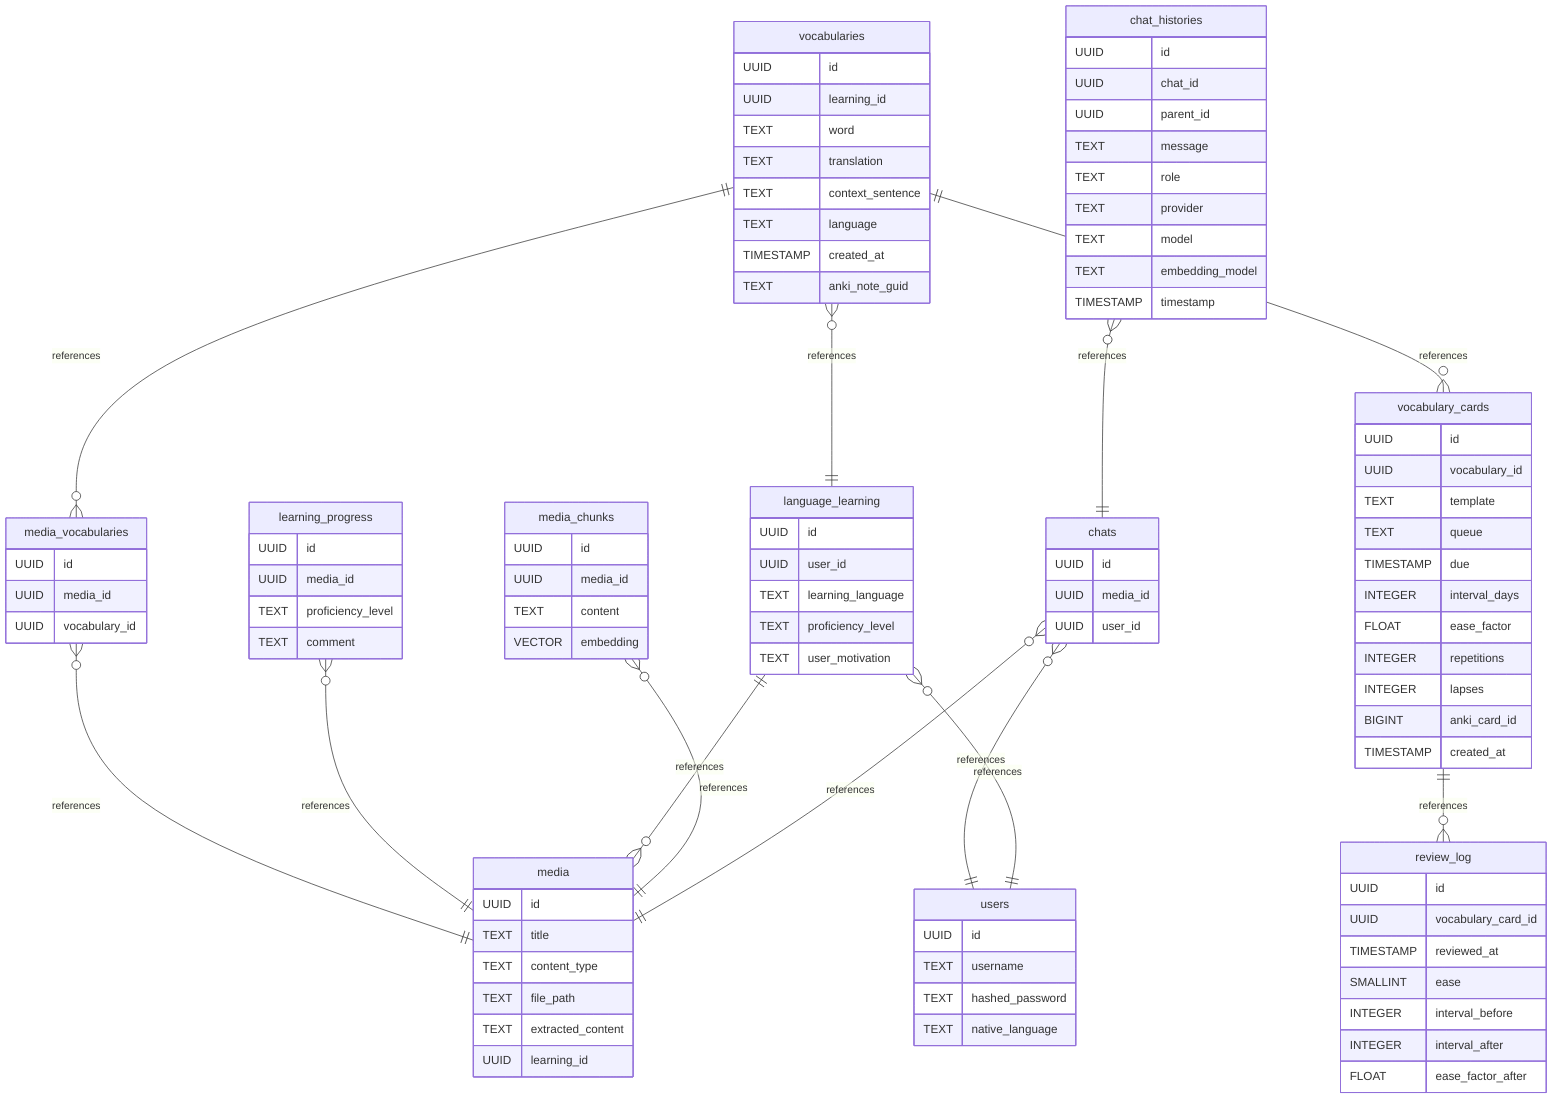
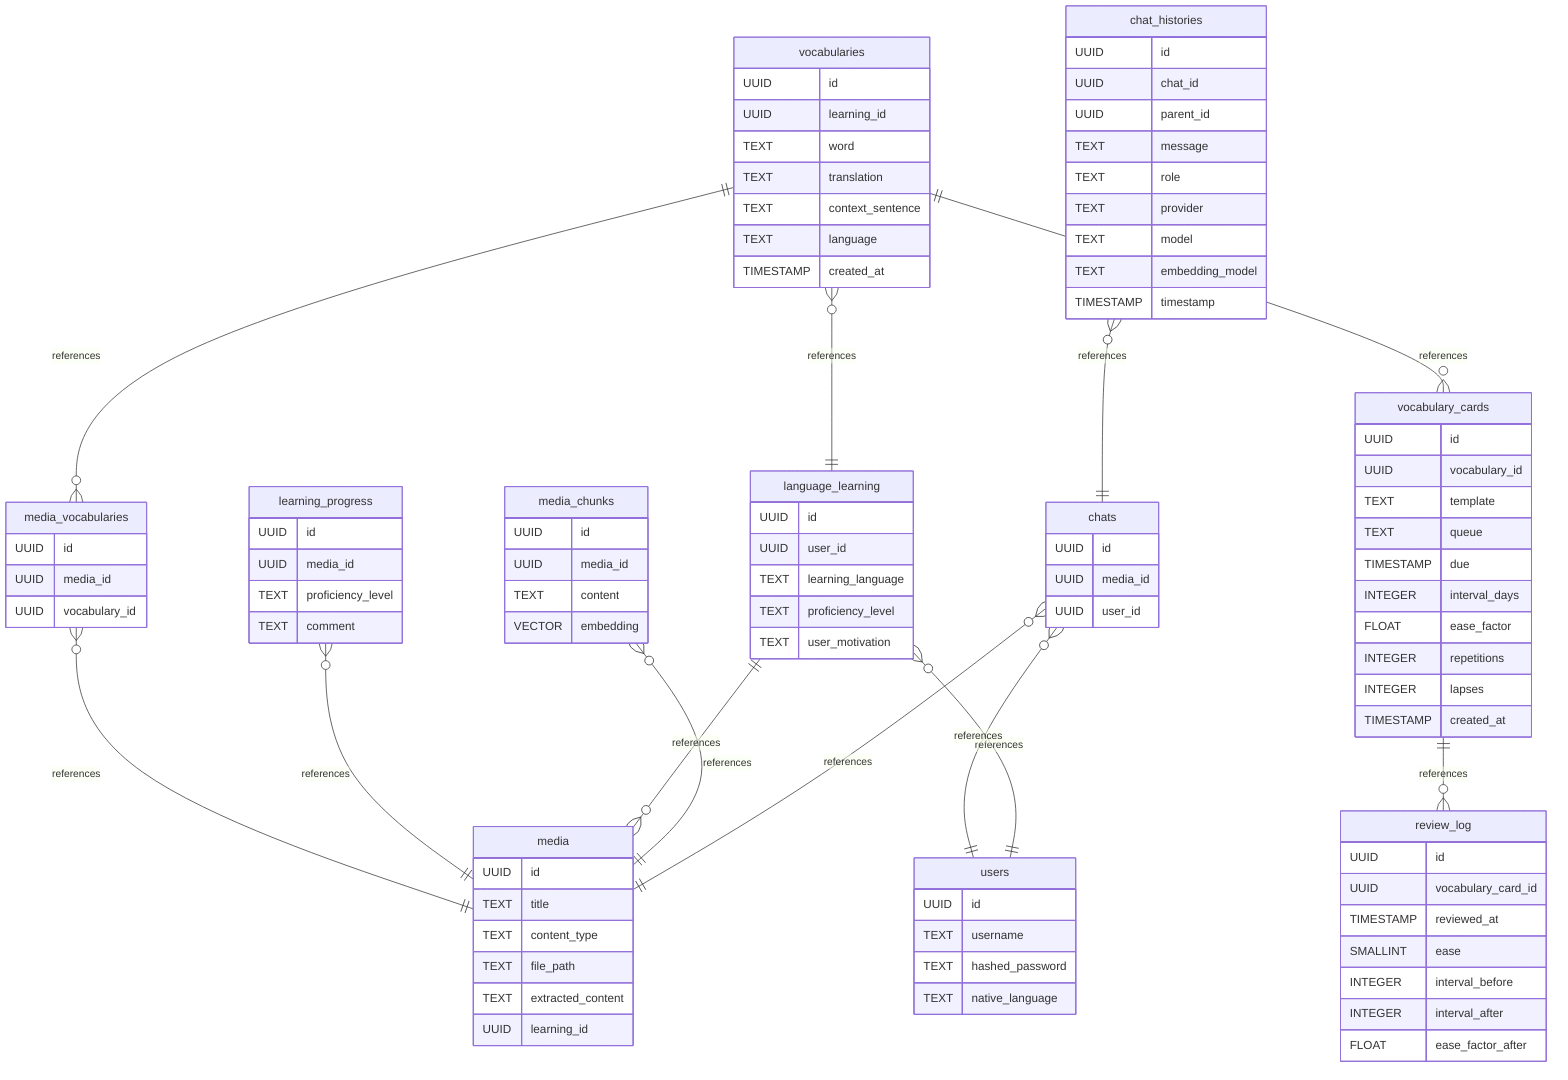
erDiagram
    chat_histories }o--|| chats: references
    chats }o--|| media: references
    media_chunks }o--|| media: references
    language_learning }o--|| users: references
    language_learning ||--o{ media: references
    learning_progress }o--|| media: references
    media_vocabularies }o--|| media: references
    vocabularies ||--o{ media_vocabularies: references
    vocabularies }o--|| language_learning: references
    vocabularies ||--o{ vocabulary_cards: references
    vocabulary_cards ||--o{ review_log: references
    chats }o--|| users: references

    users {
        UUID id
        TEXT username
        TEXT hashed_password
        TEXT native_language
    }

    media {
        UUID id
        TEXT title
        TEXT content_type
        TEXT file_path
        TEXT extracted_content
        UUID learning_id
    }
    media_chunks {
        UUID id
        UUID media_id
        TEXT content
        VECTOR embedding
    }

    vocabularies {
        UUID id
        UUID learning_id
        TEXT word
        TEXT translation
        TEXT context_sentence
        TEXT language
        TIMESTAMP created_at
-         TEXT anki_note_guid
    }

    vocabulary_cards {
        UUID id
        UUID vocabulary_id
        TEXT template
        TEXT queue
        TIMESTAMP due
        INTEGER interval_days
        FLOAT ease_factor
        INTEGER repetitions
        INTEGER lapses
-         BIGINT anki_card_id
        TIMESTAMP created_at
    }

    review_log {
        UUID id
        UUID vocabulary_card_id
        TIMESTAMP reviewed_at
        SMALLINT ease
        INTEGER interval_before
        INTEGER interval_after
        FLOAT ease_factor_after
    }

    chats {
        UUID id
        UUID media_id
        UUID user_id
    }

    chat_histories {
        UUID id
        UUID chat_id
        UUID parent_id
        TEXT message
        TEXT role
        TEXT provider
        TEXT model
        TEXT embedding_model
        TIMESTAMP timestamp
    }

    language_learning {
        UUID id
        UUID user_id
        TEXT learning_language
        TEXT proficiency_level
        TEXT user_motivation
    }

    learning_progress {
        UUID id
        UUID media_id
        TEXT proficiency_level
        TEXT comment
    }

    media_vocabularies {
        UUID id
        UUID media_id
        UUID vocabulary_id
    }
